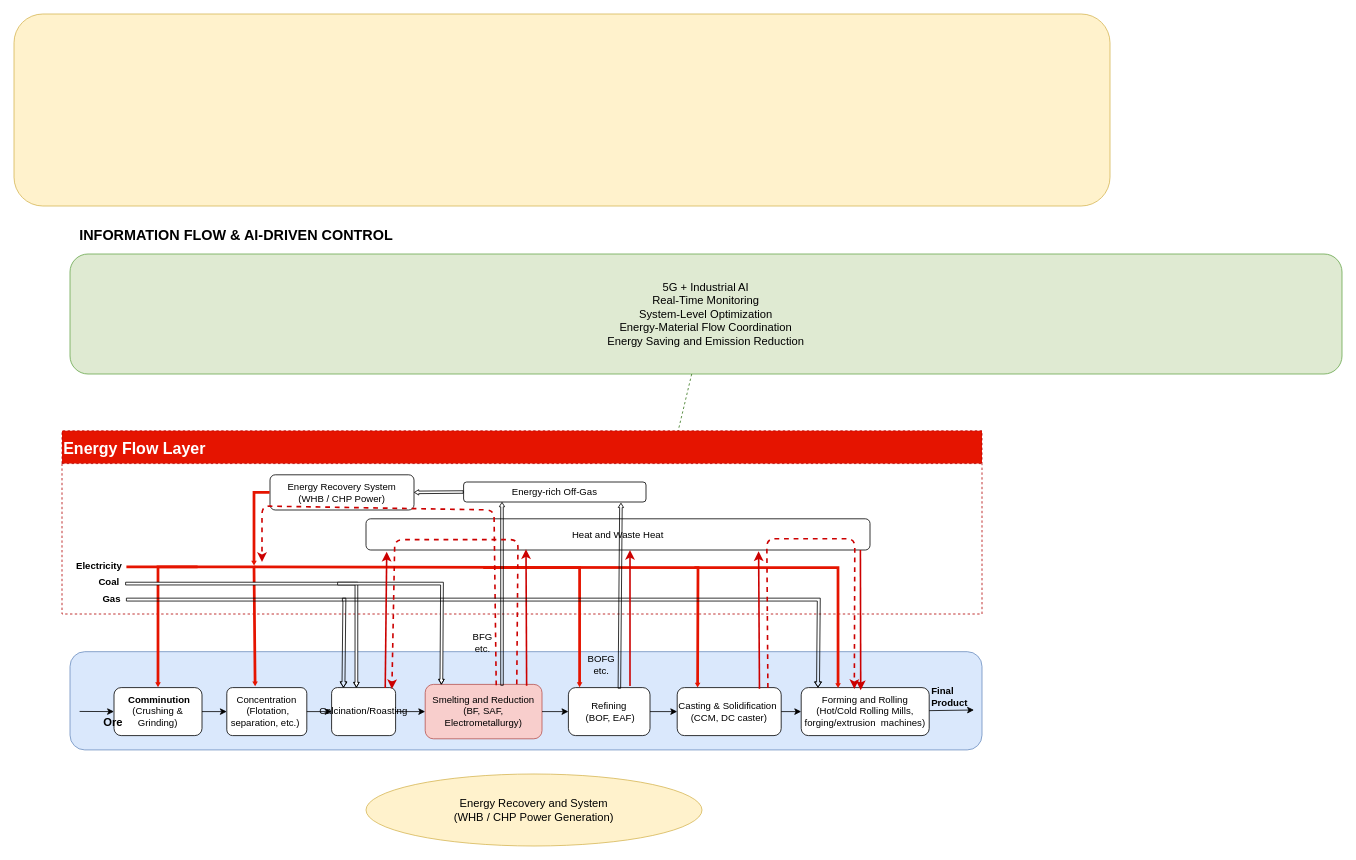
The draw.io diagram drawio_5G_IAI/Energy-Maerial Flow in Process Manufacturing.drawio in netCIS0xD/testRepository, before the edit. Source tidied: cells renumbered, new cells numbered last; positions are measured from the earlier drawing's top-left corner, leaving out a move shared by most shapes. Both pictures are drawn from the tidied source at 80%, with x=0, y=0 at pixel (14, 14).
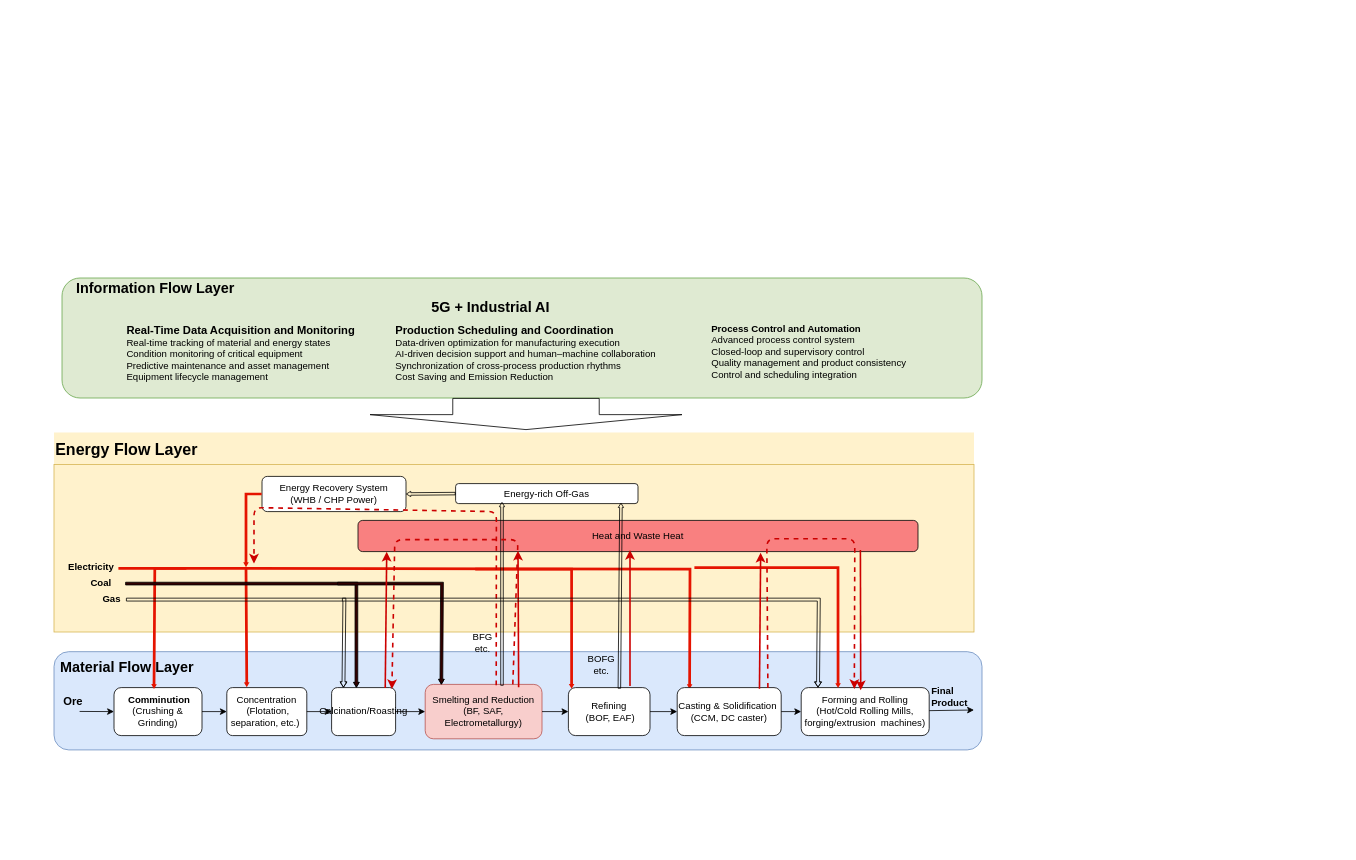
The same diagram, later.

The change refers to these unchanged cells:
```xml
<mxCell id="5" value="&amp;nbsp;&lt;strong&gt;Comminution&lt;/strong&gt; (Crushing &amp;amp; Grinding)" style="rounded=1;whiteSpace=wrap;html=1;" parent="1" vertex="1">
  <mxGeometry x="125" y="842" width="110" height="60" as="geometry" />
</mxCell>
<mxCell id="6" value="&lt;div&gt;Concentration&lt;/div&gt;&lt;div&gt;&amp;nbsp;(Flotation, separation, etc.)&amp;nbsp;&lt;/div&gt;" style="rounded=1;whiteSpace=wrap;html=1;arcSize=12;" parent="1" vertex="1">
  <mxGeometry x="266" y="842" width="100" height="60" as="geometry" />
</mxCell>
<mxCell id="7" value="&lt;div&gt;Smelting and Reduction&lt;/div&gt;(BF, SAF, Electrometallurgy)" style="rounded=1;whiteSpace=wrap;html=1;fillColor=#f8cecc;strokeColor=#b85450;" parent="1" vertex="1">
  <mxGeometry x="514" y="838" width="146" height="68" as="geometry" />
</mxCell>
<mxCell id="30" value="Calcination/Roasting" style="rounded=1;whiteSpace=wrap;html=1;arcSize=12;" parent="1" vertex="1">
  <mxGeometry x="397" y="842" width="80" height="60" as="geometry" />
</mxCell>
<mxCell id="33" value="&lt;div&gt;Casting &amp;amp; Solidification&amp;nbsp;&lt;/div&gt;&lt;div&gt;(CCM, DC caster)&lt;/div&gt;" style="rounded=1;whiteSpace=wrap;html=1;" parent="1" vertex="1">
  <mxGeometry x="829" y="842" width="130" height="60" as="geometry" />
</mxCell>
```

What changed in the source:
```diff
@@
-    <mxCell id="2" value="INFORMATION FLOW &amp; AI-DRIVEN CONTROL" style="text;html=1;fontSize=18;fontStyle=1;" parent="1" vertex="1">
-      <mxGeometry x="80" y="260" width="580" height="30" as="geometry" />
-    </mxCell>
-    <mxCell id="3" value="5G + Industrial AI&#10;Real-Time Monitoring&#10;System-Level Optimization&#10;Energy-Material Flow Coordination&#10;Energy Saving and Emission Reduction" style="rounded=1;whiteSpace=wrap;html=1;fillColor=#dfead2;strokeColor=#6aa84f;fontSize=14;" parent="1" vertex="1">
-      <mxGeometry x="70" y="300" width="1590" height="150" as="geometry" />
+    <mxCell id="3" style="rounded=1;whiteSpace=wrap;html=1;fillColor=#dfead2;strokeColor=#6aa84f;fontSize=14;" parent="1" vertex="1">
+      <mxGeometry x="60" y="330" width="1150" height="150" as="geometry" />
     </mxCell>
     <mxCell id="4" style="rounded=1;html=1;fillColor=#dae8fc;strokeColor=#6c8ebf;" parent="1" vertex="1">
-      <mxGeometry x="70" y="797.1" width="1140" height="122.8" as="geometry" />
+      <mxGeometry x="50" y="797.1" width="1160" height="122.8" as="geometry" />
     </mxCell>
@@
-    <mxCell id="14" style="endArrow=block;strokeColor=#38761d;dashed=1;" parent="1" edge="1" source="3">
-      <mxGeometry relative="1" as="geometry">
-        <mxPoint x="825.7" y="540" as="targetPoint" />
-      </mxGeometry>
-    </mxCell>
-    <mxCell id="15" value="Energy Recovery and System&#10;(WHB / CHP Power Generation)" style="ellipse;whiteSpace=wrap;html=1;fillColor=#fff2cc;strokeColor=#d6b656;fontSize=14;" parent="1" vertex="1">
-      <mxGeometry x="440" y="950" width="420" height="90" as="geometry" />
-    </mxCell>
-    <mxCell id="16" value="&lt;font style=&quot;font-size: 20px;&quot;&gt;Energy Flow Layer&lt;/font&gt;" style="swimlane;whiteSpace=wrap;html=1;startSize=41;fillColor=#e51400;dashed=1;strokeColor=#B20000;fillStyle=solid;align=left;fontColor=#ffffff;" parent="1" vertex="1">
-      <mxGeometry x="60" y="521" width="1150" height="229" as="geometry" />
+    <mxCell id="16" value="&lt;font style=&quot;font-size: 20px;&quot;&gt;Energy Flow Layer&lt;/font&gt;" style="swimlane;whiteSpace=wrap;html=1;startSize=41;dashed=1;fillStyle=solid;align=left;fillColor=#FFF2CC;strokeColor=none;" parent="1" vertex="1">
+      <mxGeometry x="50" y="523" width="1150" height="249.5" as="geometry" />
     </mxCell>
+    <mxCell id="46" value="&lt;div style=&quot;&quot;&gt;&lt;br&gt;&lt;/div&gt;" style="rounded=1;html=1;fillColor=#fff2cc;strokeColor=#d6b656;fontSize=16;fontStyle=1;align=left;arcSize=0;" parent="16" vertex="1">
+      <mxGeometry y="40" width="1150" height="209.5" as="geometry" />
+    </mxCell>
@@
-    <mxCell id="18" style="shape=flexArrow;endArrow=classic;html=1;rounded=0;endWidth=2.573271768674067;endSize=1.6835249042145592;fillColor=#e51400;strokeColor=none;width=3.418803418803419;" parent="16" edge="1" target="5">
+    <mxCell id="18" style="shape=flexArrow;endArrow=classic;html=1;rounded=0;endWidth=2.573271768674067;endSize=1.6835249042145592;fillColor=#e51400;strokeColor=none;width=3.418803418803419;entryX=0.436;entryY=0.004;entryDx=0;entryDy=0;entryPerimeter=0;" parent="16" edge="1">
       <mxGeometry relative="1" as="geometry">
-        <mxPoint x="170" y="170" as="sourcePoint" />
+        <mxPoint x="166" y="170" as="sourcePoint" />
+        <mxPoint x="125" y="321.2" as="targetPoint" />
         <Array as="points">
-          <mxPoint x="120" y="170" />
+          <mxPoint x="126" y="170" />
         </Array>
       </mxGeometry>
     </mxCell>
-    <mxCell id="19" style="shape=flexArrow;endArrow=classic;html=1;rounded=0;endWidth=2.573271768674067;endSize=1.6835249042145592;fillColor=#e51400;strokeColor=none;width=3.418803418803419;entryX=0.354;entryY=-0.019;entryDx=0;entryDy=0;entryPerimeter=0;" parent="16" edge="1" target="6">
+    <mxCell id="19" style="shape=flexArrow;endArrow=classic;html=1;rounded=0;endWidth=2.573271768674067;endSize=1.6835249042145592;fillColor=#e51400;strokeColor=none;width=3.418803418803419;entryX=0.25;entryY=0;entryDx=0;entryDy=0;" parent="16" edge="1" target="6">
       <mxGeometry relative="1" as="geometry">
         <mxPoint x="80" y="170" as="sourcePoint" />
         <Array as="points">
           <mxPoint x="240" y="170" />
         </Array>
       </mxGeometry>
     </mxCell>
@@
-    <mxCell id="24" value="Heat and Waste Heat" style="rounded=1;whiteSpace=wrap;html=1;" parent="16" vertex="1">
-      <mxGeometry x="380" y="110" width="630" height="39" as="geometry" />
+    <mxCell id="24" value="Heat and Waste Heat" style="rounded=1;whiteSpace=wrap;html=1;fillColor=light-dark(#F98080,#EDEDED);" parent="16" vertex="1">
+      <mxGeometry x="380" y="110" width="700" height="39" as="geometry" />
     </mxCell>
@@
     <mxCell id="28" style="endArrow=classic;strokeColor=#cc0000;strokeWidth=2;startSize=6;endSize=6;endFill=1;dashed=1;exitX=0.608;exitY=0.015;exitDx=0;exitDy=0;exitPerimeter=0;" parent="16" edge="1" source="7">
       <mxGeometry relative="1" as="geometry">
         <mxPoint x="250" y="164" as="targetPoint" />
         <Array as="points">
-          <mxPoint x="540" y="99" />
+          <mxPoint x="553" y="99" />
           <mxPoint x="250" y="94" />
         </Array>
       </mxGeometry>
     </mxCell>
@@
-    <mxCell id="38" style="shape=flexArrow;endArrow=classic;html=1;rounded=0;endWidth=2.573271768674067;endSize=1.6835249042145592;width=3.418803418803419;fillColor=default;" parent="1" edge="1">
+    <mxCell id="38" style="shape=flexArrow;endArrow=classic;html=1;rounded=0;endWidth=2.573271768674067;endSize=1.6835249042145592;width=3.418803418803419;fillColor=#330000;" parent="1" edge="1">
       <mxGeometry relative="1" as="geometry">
         <mxPoint x="139" y="712" as="sourcePoint" />
         <mxPoint x="428" y="842" as="targetPoint" />
         <Array as="points">
           <mxPoint x="428" y="712" />
         </Array>
       </mxGeometry>
     </mxCell>
     <mxCell id="39" value="&lt;b&gt;&lt;font style=&quot;font-size: 14px;&quot;&gt;Ore&lt;/font&gt;&lt;/b&gt;&lt;div&gt;&lt;b&gt;&lt;br&gt;&lt;/b&gt;&lt;/div&gt;" style="text;whiteSpace=wrap;html=1;" parent="1" vertex="1">
-      <mxGeometry x="110" y="870" width="30" height="30" as="geometry" />
+      <mxGeometry x="60" y="843.6" width="30" height="30" as="geometry" />
     </mxCell>
@@
-    <mxCell id="41" style="shape=flexArrow;endArrow=classic;html=1;rounded=0;endWidth=2.573271768674067;endSize=1.6835249042145592;width=3.418803418803419;entryX=0.166;entryY=0.003;entryDx=0;entryDy=0;entryPerimeter=0;fillColor=default;" parent="1" edge="1">
+    <mxCell id="41" style="shape=flexArrow;endArrow=classic;html=1;rounded=0;endWidth=2.573271768674067;endSize=1.6835249042145592;width=3.418803418803419;entryX=0.166;entryY=0.003;entryDx=0;entryDy=0;entryPerimeter=0;fillColor=#330000;" parent="1" edge="1">
       <mxGeometry relative="1" as="geometry">
         <mxPoint x="404" y="712" as="sourcePoint" />
         <mxPoint x="534.2" y="838.2" as="targetPoint" />
         <Array as="points">
           <mxPoint x="535" y="712" />
         </Array>
       </mxGeometry>
     </mxCell>
@@
-    <mxCell id="46" value="&lt;div style=&quot;&quot;&gt;&lt;br&gt;&lt;/div&gt;" style="rounded=1;html=1;fillColor=#fff2cc;strokeColor=#d6b656;fontSize=16;fontStyle=1;align=left;" parent="1" vertex="1">
-      <mxGeometry width="1370" height="240" as="geometry" />
-    </mxCell>
@@
-    <mxCell id="50" style="endArrow=classic;strokeColor=#cc0000;exitX=0.791;exitY=0.025;exitDx=0;exitDy=0;exitPerimeter=0;strokeWidth=2;startSize=6;endSize=6;endFill=1;entryX=0.779;entryY=1.043;entryDx=0;entryDy=0;entryPerimeter=0;" parent="1" edge="1" source="33" target="24">
+    <mxCell id="50" style="endArrow=classic;strokeColor=#cc0000;exitX=0.791;exitY=0.025;exitDx=0;exitDy=0;exitPerimeter=0;strokeWidth=2;startSize=6;endSize=6;endFill=1;entryX=0.719;entryY=1.039;entryDx=0;entryDy=0;entryPerimeter=0;" parent="1" edge="1" source="33" target="24">
       <mxGeometry relative="1" as="geometry" />
     </mxCell>
@@
-    <mxCell id="53" style="endArrow=classic;strokeColor=#cc0000;strokeWidth=2;startSize=6;endSize=6;endFill=1;dashed=1;entryX=0.942;entryY=0.03;entryDx=0;entryDy=0;entryPerimeter=0;exitX=0.784;exitY=-0.003;exitDx=0;exitDy=0;exitPerimeter=0;" parent="1" edge="1" source="7" target="30">
+    <mxCell id="53" style="endArrow=classic;strokeColor=#cc0000;strokeWidth=2;startSize=6;endSize=6;endFill=1;dashed=1;entryX=0.942;entryY=0.03;entryDx=0;entryDy=0;entryPerimeter=0;exitX=0.75;exitY=0;exitDx=0;exitDy=0;" parent="1" edge="1" source="7" target="30">
       <mxGeometry relative="1" as="geometry">
         <Array as="points">
           <mxPoint x="630" y="657" />
           <mxPoint x="476" y="657" />
         </Array>
       </mxGeometry>
     </mxCell>
@@
+    <mxCell id="2" value="Information Flow Layer&amp;nbsp;" style="text;html=1;fontSize=18;fontStyle=1;" parent="1" vertex="1">
+      <mxGeometry x="76" y="326" width="480" height="30" as="geometry" />
+    </mxCell>
+    <mxCell id="55" value="Material Flow Layer&amp;nbsp;" style="text;html=1;fontSize=18;fontStyle=1;" parent="1" vertex="1">
+      <mxGeometry x="56" y="800.1" width="170" height="30" as="geometry" />
+    </mxCell>
+    <mxCell id="56" value="&lt;div&gt;5G + Industrial AI&lt;/div&gt;" style="text;html=1;fontSize=18;fontStyle=1;" parent="1" vertex="1">
+      <mxGeometry x="520" y="350" width="580" height="30" as="geometry" />
+    </mxCell>
+    <mxCell id="57" value="&lt;div&gt;&lt;b&gt;&lt;font style=&quot;font-size: 14px;&quot;&gt;Production Scheduling and Coordination&lt;/font&gt;&lt;/b&gt;&lt;/div&gt;&lt;div&gt;&lt;font&gt;Data-driven optimization for manufacturing execution&lt;/font&gt;&lt;/div&gt;&lt;div&gt;AI-driven decision support and human–machine collaboration&lt;/div&gt;&lt;div&gt;Synchronization of cross-process production rhythms&lt;/div&gt;&lt;div&gt;&lt;font&gt;Cost Saving and Emission Reduction&lt;/font&gt;&lt;/div&gt;" style="text;whiteSpace=wrap;html=1;" parent="1" vertex="1">
+      <mxGeometry x="474.5" y="380" width="349" height="50" as="geometry" />
+    </mxCell>
+    <mxCell id="58" value="&lt;div&gt;&lt;b&gt;&lt;font style=&quot;font-size: 14px;&quot;&gt;Real-Time Data Acquisition and Monitoring&lt;/font&gt;&lt;/b&gt;&lt;/div&gt;&lt;div&gt;Real-time tracking of material and energy states&lt;/div&gt;&lt;div&gt;Condition monitoring of critical equipment&lt;/div&gt;&lt;div&gt;Predictive maintenance and asset management&lt;/div&gt;&lt;div&gt;Equipment lifecycle management&lt;/div&gt;" style="text;whiteSpace=wrap;html=1;" parent="1" vertex="1">
+      <mxGeometry x="139" y="380" width="330" height="50" as="geometry" />
+    </mxCell>
+    <mxCell id="59" value="&lt;div&gt;&lt;b&gt;Process Control and Automation&lt;/b&gt;&lt;/div&gt;&lt;div&gt;&lt;font&gt;Advanced process control system&lt;/font&gt;&lt;/div&gt;&lt;div&gt;&lt;font&gt;Closed-loop and supervisory control&lt;/font&gt;&lt;/div&gt;&lt;div&gt;&lt;font&gt;Quality management and product consistency&lt;/font&gt;&lt;/div&gt;&lt;div&gt;Control and scheduling integration&lt;/div&gt;" style="text;whiteSpace=wrap;html=1;" parent="1" vertex="1">
+      <mxGeometry x="870" y="380" width="330" height="50" as="geometry" />
+    </mxCell>
+    <mxCell id="60" style="shape=flexArrow;endArrow=classic;html=1;rounded=0;endWidth=205.88235294117646;endSize=5.898461538461539;width=183.07692307692307;" parent="1" edge="1">
+      <mxGeometry relative="1" as="geometry">
+        <mxPoint x="640" y="480" as="sourcePoint" />
+        <mxPoint x="640" y="520" as="targetPoint" />
+      </mxGeometry>
+    </mxCell>
```
